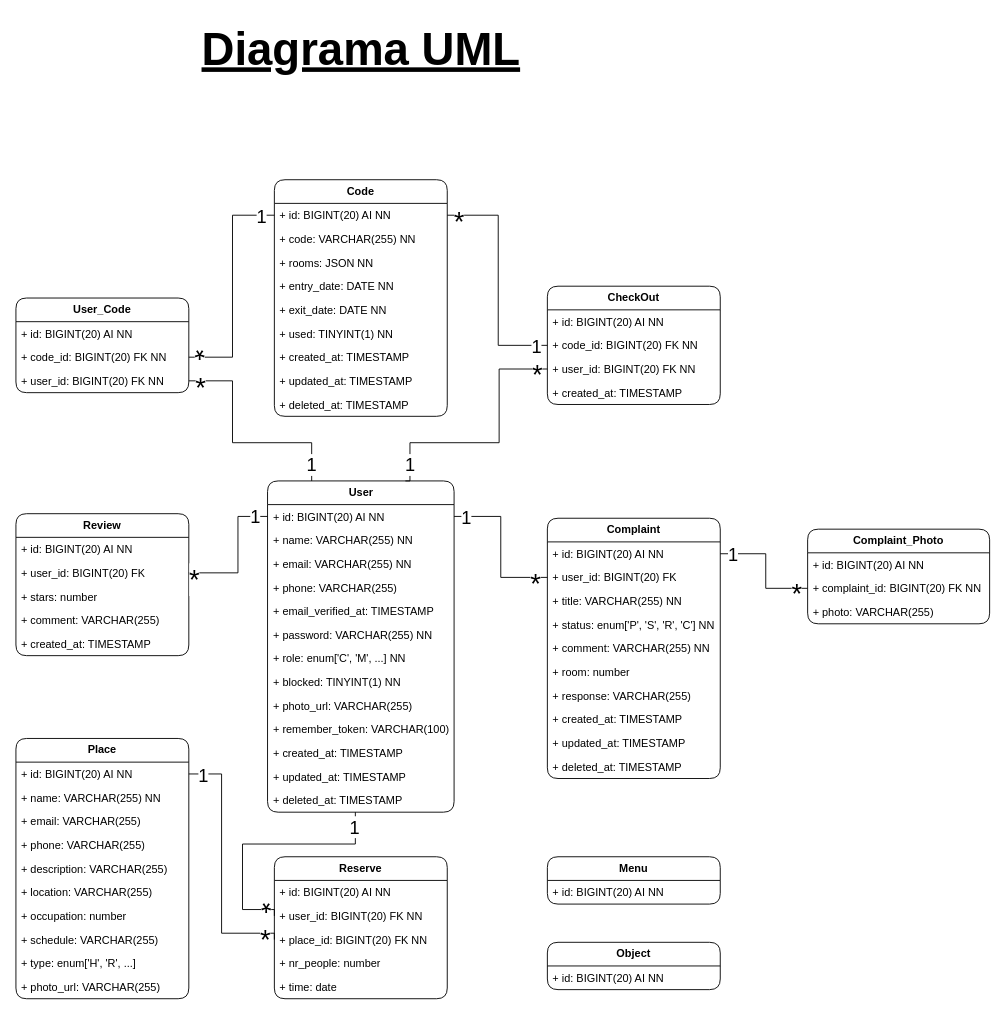
Earlier version of the draw.io diagram page "Diagrama UML" (1 of 2) of HappyGuest.drawio (Happy-Guest/HG-Notes). Source tidied: cells renumbered, new cells numbered last; positions are measured from the earlier drawing's top-left corner, leaving out a move shared by most shapes. Both pictures are drawn from the tidied source at 91%, with x=0, y=0 at pixel (15, 15).
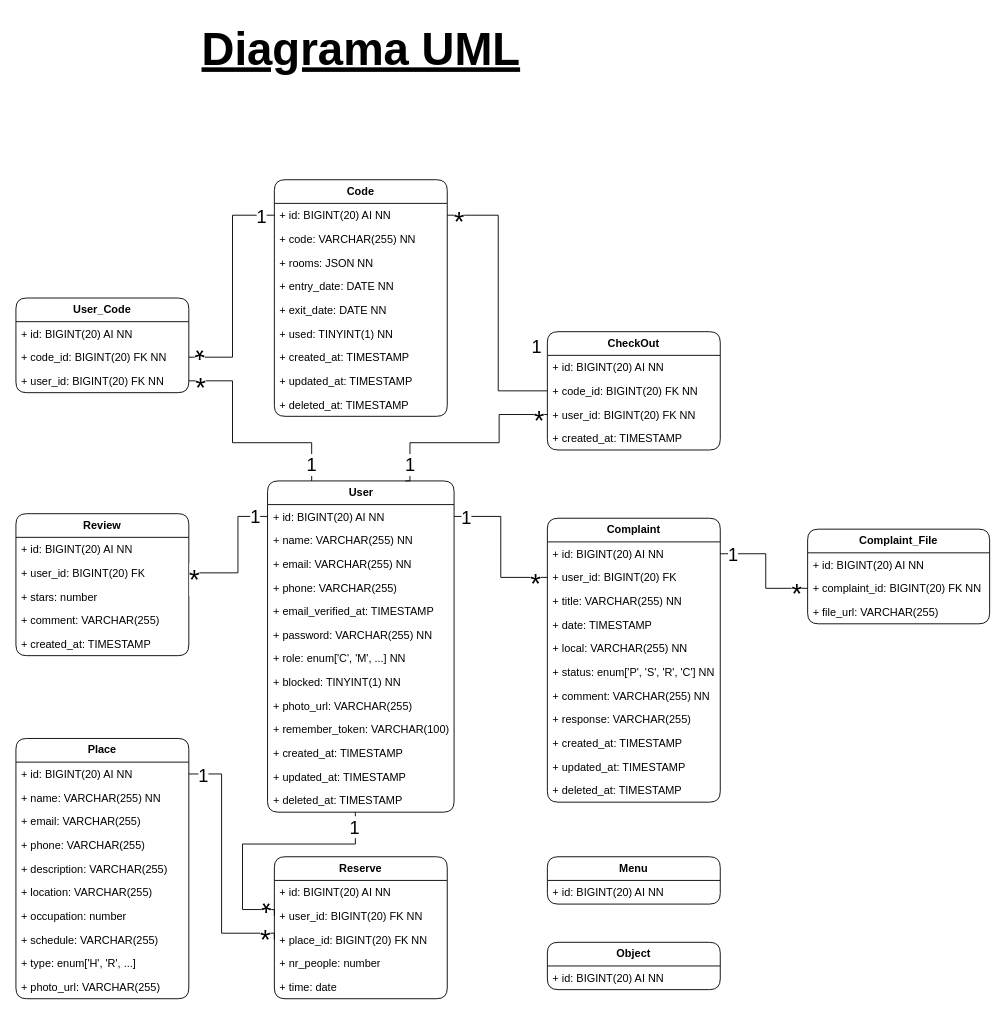
The same page after the edit.

Unchanged cells that the change refers to:
```xml
<mxCell id="18" value="+ id: BIGINT(20) AI NN" style="text;strokeColor=none;fillColor=none;align=left;verticalAlign=top;spacingLeft=4;spacingRight=4;overflow=hidden;points=[[0,0.5],[1,0.5]];portConstraint=eastwest;whiteSpace=wrap;html=1;" parent="17" vertex="1">
  <mxGeometry y="26" width="190" height="26" as="geometry" />
</mxCell>
<mxCell id="85" value="+ code_id: BIGINT(20) FK NN" style="text;strokeColor=none;fillColor=none;align=left;verticalAlign=top;spacingLeft=4;spacingRight=4;overflow=hidden;points=[[0,0.5],[1,0.5]];portConstraint=eastwest;whiteSpace=wrap;html=1;" parent="83" vertex="1">
  <mxGeometry y="52" width="190" height="26" as="geometry" />
</mxCell>
<mxCell id="86" value="+ user_id: BIGINT(20) FK NN" style="text;strokeColor=none;fillColor=none;align=left;verticalAlign=top;spacingLeft=4;spacingRight=4;overflow=hidden;points=[[0,0.5],[1,0.5]];portConstraint=eastwest;whiteSpace=wrap;html=1;" parent="83" vertex="1">
  <mxGeometry y="78" width="190" height="26" as="geometry" />
</mxCell>
```

Diff of the diagram source:
```diff
@@
     <mxCell id="27" value="&lt;b&gt;Complaint&lt;/b&gt;" style="swimlane;fontStyle=0;horizontal=1;startSize=26;fillColor=none;whiteSpace=wrap;html=1;perimeterSpacing=0;rounded=1;" parent="1" vertex="1">
-      <mxGeometry x="584" y="552" width="190" height="286" as="geometry" />
+      <mxGeometry x="584" y="552" width="190" height="312" as="geometry" />
     </mxCell>
@@
+    <mxCell id="105" value="+ date: TIMESTAMP" style="text;strokeColor=none;fillColor=none;align=left;verticalAlign=top;spacingLeft=4;spacingRight=4;overflow=hidden;whiteSpace=wrap;html=1;" parent="27" vertex="1">
+      <mxGeometry y="104" width="190" height="26" as="geometry" />
+    </mxCell>
+    <mxCell id="33" value="+ local: VARCHAR(255) NN" style="text;strokeColor=none;fillColor=none;align=left;verticalAlign=top;spacingLeft=4;spacingRight=4;overflow=hidden;whiteSpace=wrap;html=1;" parent="27" vertex="1">
+      <mxGeometry y="130" width="190" height="26" as="geometry" />
+    </mxCell>
     <mxCell id="31" value="+ status: enum['P', 'S', 'R', 'C'] NN" style="text;strokeColor=none;fillColor=none;align=left;verticalAlign=top;spacingLeft=4;spacingRight=4;overflow=hidden;whiteSpace=wrap;html=1;" parent="27" vertex="1">
-      <mxGeometry y="104" width="190" height="26" as="geometry" />
+      <mxGeometry y="156" width="190" height="26" as="geometry" />
     </mxCell>
     <mxCell id="32" value="+ comment: VARCHAR(255) NN" style="text;strokeColor=none;fillColor=none;align=left;verticalAlign=top;spacingLeft=4;spacingRight=4;overflow=hidden;whiteSpace=wrap;html=1;" parent="27" vertex="1">
-      <mxGeometry y="130" width="190" height="26" as="geometry" />
+      <mxGeometry y="182" width="190" height="26" as="geometry" />
     </mxCell>
-    <mxCell id="33" value="+ room: number" style="text;strokeColor=none;fillColor=none;align=left;verticalAlign=top;spacingLeft=4;spacingRight=4;overflow=hidden;whiteSpace=wrap;html=1;" parent="27" vertex="1">
-      <mxGeometry y="156" width="190" height="26" as="geometry" />
-    </mxCell>
     <mxCell id="34" value="+ response: VARCHAR(255)" style="text;strokeColor=none;fillColor=none;align=left;verticalAlign=top;spacingLeft=4;spacingRight=4;overflow=hidden;whiteSpace=wrap;html=1;" parent="27" vertex="1">
-      <mxGeometry y="182" width="190" height="26" as="geometry" />
+      <mxGeometry y="208" width="190" height="26" as="geometry" />
     </mxCell>
     <mxCell id="35" value="+ created_at: TIMESTAMP" style="text;strokeColor=none;fillColor=none;align=left;verticalAlign=top;spacingLeft=4;spacingRight=4;overflow=hidden;whiteSpace=wrap;html=1;" parent="27" vertex="1">
-      <mxGeometry y="208" width="190" height="26" as="geometry" />
+      <mxGeometry y="234" width="190" height="26" as="geometry" />
     </mxCell>
     <mxCell id="36" value="+ updated_at: TIMESTAMP" style="text;strokeColor=none;fillColor=none;align=left;verticalAlign=top;spacingLeft=4;spacingRight=4;overflow=hidden;whiteSpace=wrap;html=1;" parent="27" vertex="1">
-      <mxGeometry y="234" width="190" height="26" as="geometry" />
+      <mxGeometry y="260" width="190" height="26" as="geometry" />
     </mxCell>
     <mxCell id="37" value="+ deleted_at: TIMESTAMP" style="text;strokeColor=none;fillColor=none;align=left;verticalAlign=top;spacingLeft=4;spacingRight=4;overflow=hidden;whiteSpace=wrap;html=1;" parent="27" vertex="1">
-      <mxGeometry y="260" width="190" height="26" as="geometry" />
+      <mxGeometry y="286" width="190" height="26" as="geometry" />
     </mxCell>
@@
-    <mxCell id="44" value="&lt;b&gt;Complaint_Photo&lt;/b&gt;" style="swimlane;fontStyle=0;horizontal=1;startSize=26;fillColor=none;whiteSpace=wrap;html=1;perimeterSpacing=0;rounded=1;" parent="1" vertex="1">
+    <mxCell id="44" value="&lt;b&gt;Complaint_File&lt;/b&gt;" style="swimlane;fontStyle=0;horizontal=1;startSize=26;fillColor=none;whiteSpace=wrap;html=1;perimeterSpacing=0;rounded=1;" parent="1" vertex="1">
       <mxGeometry x="870" y="564" width="200" height="104" as="geometry" />
     </mxCell>
@@
-    <mxCell id="47" value="+ photo: VARCHAR(255)" style="text;strokeColor=none;fillColor=none;align=left;verticalAlign=top;spacingLeft=4;spacingRight=4;overflow=hidden;whiteSpace=wrap;html=1;" parent="44" vertex="1">
+    <mxCell id="47" value="+ file_url: VARCHAR(255)" style="text;strokeColor=none;fillColor=none;align=left;verticalAlign=top;spacingLeft=4;spacingRight=4;overflow=hidden;whiteSpace=wrap;html=1;" parent="44" vertex="1">
       <mxGeometry y="78" width="200" height="26" as="geometry" />
     </mxCell>
@@
     <mxCell id="83" value="&lt;b&gt;CheckOut&lt;br&gt;&lt;/b&gt;" style="swimlane;fontStyle=0;horizontal=1;startSize=26;fillColor=none;whiteSpace=wrap;html=1;perimeterSpacing=0;rounded=1;" parent="1" vertex="1">
-      <mxGeometry x="584" y="297" width="190" height="130" as="geometry" />
+      <mxGeometry x="584" y="347" width="190" height="130" as="geometry" />
     </mxCell>
@@
     <mxCell id="88" style="edgeStyle=orthogonalEdgeStyle;rounded=0;jettySize=auto;html=1;endArrow=none;endFill=0;exitX=0;exitY=0.5;exitDx=0;exitDy=0;" parent="1" edge="1" source="86">
       <mxGeometry relative="1" as="geometry">
         <mxPoint x="428" y="511" as="targetPoint" />
         <Array as="points">
-          <mxPoint x="531" y="388" />
+          <mxPoint x="531" y="438" />
           <mxPoint x="531" y="469" />
           <mxPoint x="433" y="469" />
           <mxPoint x="433" y="511" />
         </Array>
       </mxGeometry>
     </mxCell>
@@
     <mxCell id="90" style="edgeStyle=orthogonalEdgeStyle;rounded=0;jettySize=auto;html=1;entryX=0;entryY=0.5;entryDx=0;entryDy=0;endArrow=none;endFill=0;exitX=1;exitY=0.5;exitDx=0;exitDy=0;" parent="1" edge="1" source="18" target="85">
       <mxGeometry relative="1" as="geometry">
         <Array as="points">
           <mxPoint x="530" y="219" />
-          <mxPoint x="530" y="362" />
+          <mxPoint x="530" y="412" />
         </Array>
       </mxGeometry>
     </mxCell>
```
